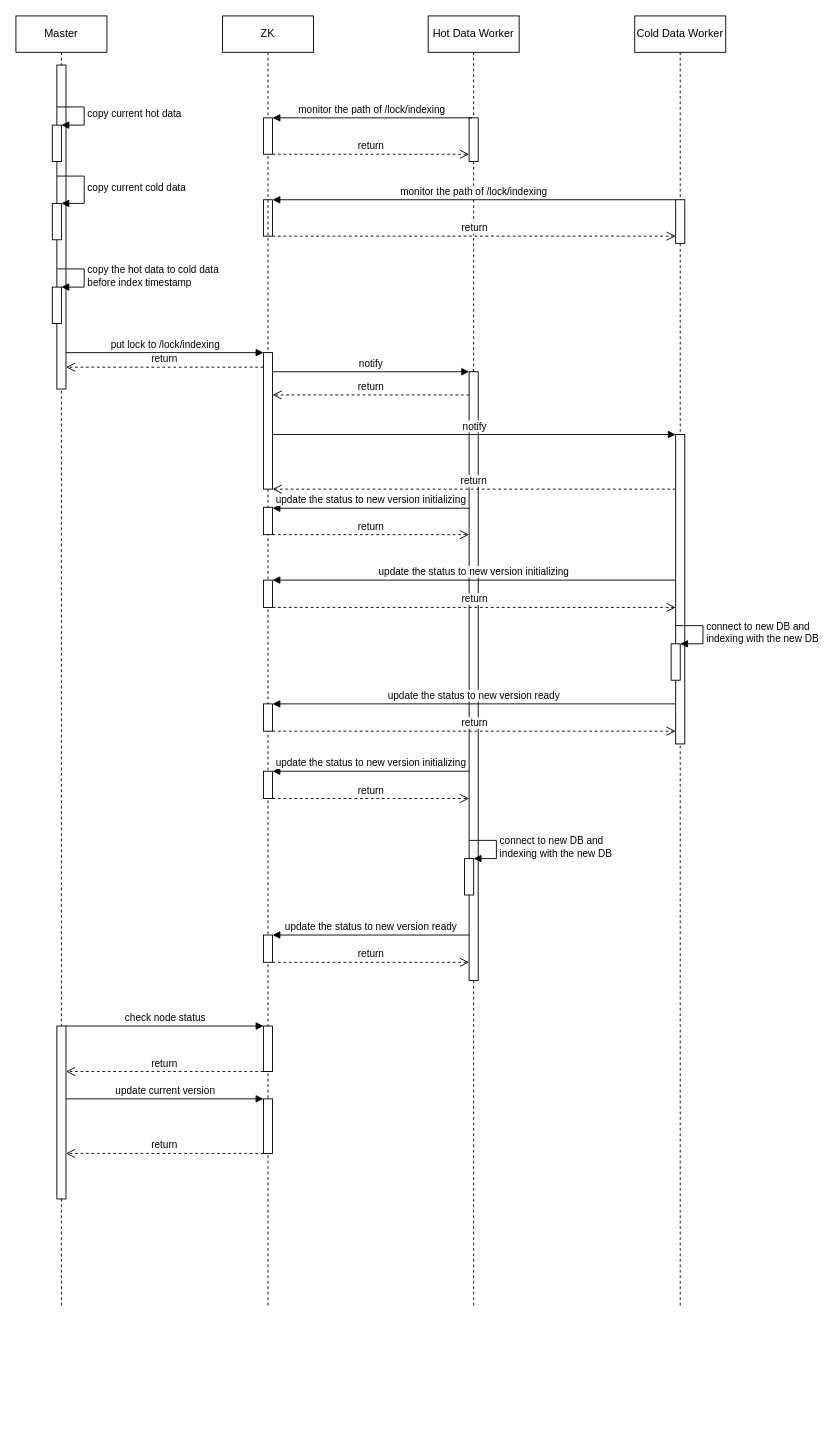
Before: page "indexing" (5 of 5) of similar search/Distributed Calculation Design.drawio in dosjia/chart, a draw.io diagram. Source tidied: cells renumbered, new cells numbered last; positions are measured from the earlier drawing's top-left corner, leaving out a move shared by most shapes. Both pictures are drawn from the tidied source at 91%, with x=0, y=0 at pixel (15, 15).
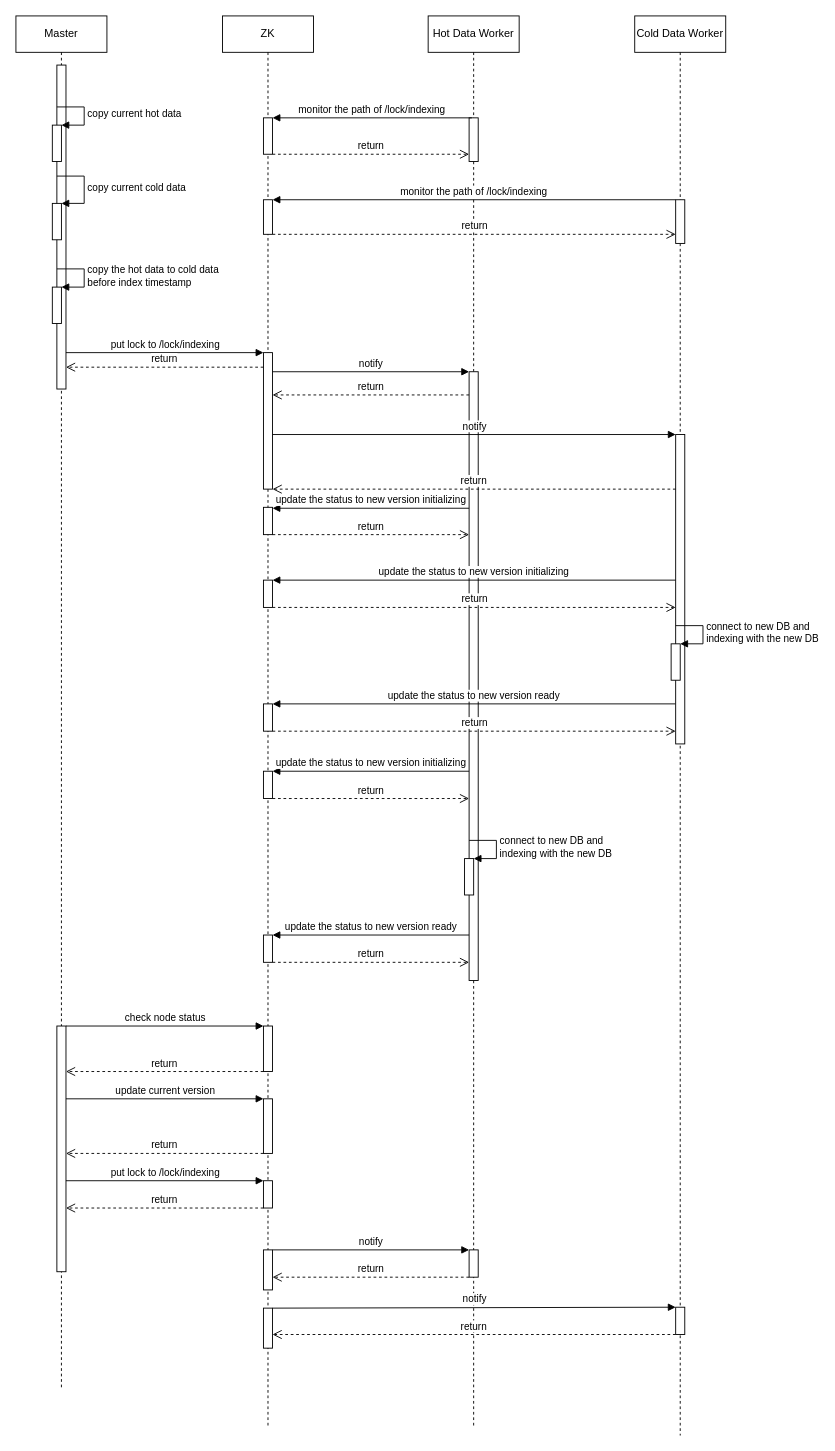
After the change.

Unchanged cells that the change refers to:
```xml
<mxCell id="38" style="html=1;points=[];perimeter=orthogonalPerimeter;" parent="37" vertex="1">
  <mxGeometry x="45" y="202" width="10" height="48" as="geometry" />
</mxCell>
```

The edit, as a diff of the source:
```diff
@@
     <mxCell id="2" value="Master" style="shape=umlLifeline;perimeter=lifelinePerimeter;whiteSpace=wrap;html=1;" parent="1" vertex="1">
-      <mxGeometry width="100" height="1420" as="geometry" />
+      <mxGeometry width="100" height="1510" as="geometry" />
     </mxCell>
@@
     <mxCell id="10" style="html=1;points=[];perimeter=orthogonalPerimeter;" parent="2" vertex="1">
-      <mxGeometry x="45" y="1110" width="10" height="190" as="geometry" />
+      <mxGeometry x="45" y="1110" width="10" height="270" as="geometry" />
     </mxCell>
     <mxCell id="11" value="Hot Data Worker" style="shape=umlLifeline;perimeter=lifelinePerimeter;whiteSpace=wrap;html=1;" parent="1" vertex="1">
-      <mxGeometry x="453" width="100" height="1420" as="geometry" />
+      <mxGeometry x="453" width="100" height="1550" as="geometry" />
     </mxCell>
@@
-    <mxCell id="13" style="html=1;perimeter=orthogonalPerimeter;" parent="11" vertex="1">
-      <mxGeometry x="-181" y="202" width="10" height="40" as="geometry" />
-    </mxCell>
-    <mxCell id="14" value="return" style="html=1;verticalAlign=bottom;endArrow=open;dashed=1;endSize=8;rounded=0;" parent="11" edge="1" target="38">
+    <mxCell id="14" value="return" style="html=1;verticalAlign=bottom;endArrow=open;dashed=1;endSize=8;rounded=0;" parent="11" edge="1">
       <mxGeometry relative="1" as="geometry">
-        <mxPoint x="-171" y="242" as="sourcePoint" />
+        <mxPoint x="-171" y="240" as="sourcePoint" />
+        <mxPoint x="272" y="240" as="targetPoint" />
       </mxGeometry>
     </mxCell>
@@
+    <mxCell id="56" style="html=1;points=[];perimeter=orthogonalPerimeter;" parent="11" vertex="1">
+      <mxGeometry x="45" y="1356" width="10" height="30" as="geometry" />
+    </mxCell>
     <mxCell id="18" value="ZK" style="shape=umlLifeline;perimeter=lifelinePerimeter;whiteSpace=wrap;html=1;" parent="1" vertex="1">
-      <mxGeometry x="227" width="100" height="1420" as="geometry" />
+      <mxGeometry x="227" width="100" height="1550" as="geometry" />
     </mxCell>
@@
+    <mxCell id="57" style="html=1;points=[];perimeter=orthogonalPerimeter;" parent="18" vertex="1">
+      <mxGeometry x="45" y="1280" width="10" height="30" as="geometry" />
+    </mxCell>
+    <mxCell id="58" style="html=1;points=[];perimeter=orthogonalPerimeter;" parent="18" vertex="1">
+      <mxGeometry x="45" y="1356" width="10" height="44" as="geometry" />
+    </mxCell>
+    <mxCell id="59" style="html=1;points=[];perimeter=orthogonalPerimeter;" parent="18" vertex="1">
+      <mxGeometry x="45" y="1420" width="10" height="44" as="geometry" />
+    </mxCell>
+    <mxCell id="60" style="html=1;perimeter=orthogonalPerimeter;" parent="18" vertex="1">
+      <mxGeometry x="45" y="202" width="10" height="38" as="geometry" />
+    </mxCell>
@@
     <mxCell id="37" value="Cold Data Worker" style="shape=umlLifeline;perimeter=lifelinePerimeter;whiteSpace=wrap;html=1;" parent="1" vertex="1">
-      <mxGeometry x="680" width="100" height="1420" as="geometry" />
+      <mxGeometry x="680" width="100" height="1560" as="geometry" />
     </mxCell>
@@
+    <mxCell id="61" style="html=1;points=[];perimeter=orthogonalPerimeter;" parent="37" vertex="1">
+      <mxGeometry x="45" y="1419" width="10" height="30" as="geometry" />
+    </mxCell>
@@
+    <mxCell id="62" value="put lock to /lock/indexing" style="html=1;verticalAlign=bottom;endArrow=block;entryX=0;entryY=0;" parent="1" edge="1" source="10" target="57">
+      <mxGeometry relative="1" as="geometry" />
+    </mxCell>
+    <mxCell id="63" value="return" style="html=1;verticalAlign=bottom;endArrow=open;dashed=1;endSize=8;" parent="1" edge="1">
+      <mxGeometry relative="1" as="geometry">
+        <mxPoint x="272" y="1310" as="sourcePoint" />
+        <mxPoint x="55" y="1310" as="targetPoint" />
+      </mxGeometry>
+    </mxCell>
+    <mxCell id="64" value="notify" style="html=1;verticalAlign=bottom;endArrow=block;entryX=0;entryY=0;" parent="1" edge="1" source="58" target="56">
+      <mxGeometry relative="1" as="geometry" />
+    </mxCell>
+    <mxCell id="65" value="return" style="html=1;verticalAlign=bottom;endArrow=open;dashed=1;endSize=8;" parent="1" edge="1">
+      <mxGeometry relative="1" as="geometry">
+        <mxPoint x="498" y="1386" as="sourcePoint" />
+        <mxPoint x="282" y="1386" as="targetPoint" />
+      </mxGeometry>
+    </mxCell>
+    <mxCell id="66" value="notify" style="html=1;verticalAlign=bottom;endArrow=block;entryX=0;entryY=0;" parent="1" edge="1" source="59" target="61">
+      <mxGeometry relative="1" as="geometry" />
+    </mxCell>
+    <mxCell id="67" value="return" style="html=1;verticalAlign=bottom;endArrow=open;dashed=1;endSize=8;" parent="1" edge="1">
+      <mxGeometry relative="1" as="geometry">
+        <mxPoint x="725" y="1449" as="sourcePoint" />
+        <mxPoint x="282" y="1449" as="targetPoint" />
+      </mxGeometry>
+    </mxCell>
```
